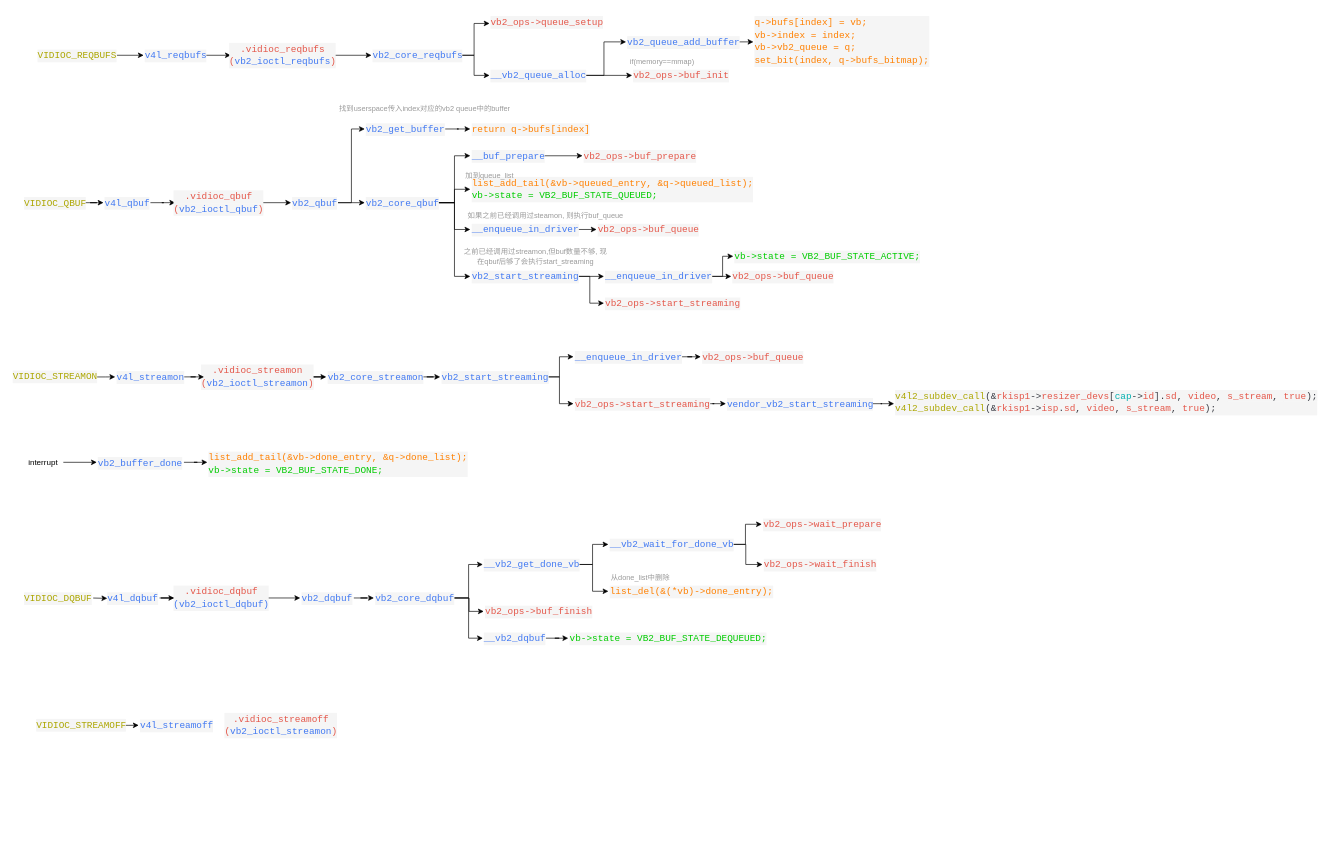
This is v4l2/ioctl_flow.drawio from YC-Xiang/draw.io, a draw.io file, before an edit. Source tidied: cells renumbered, new cells numbered last; positions are measured from the earlier drawing's top-left corner, leaving out a move shared by most shapes. Both pictures are drawn from the tidied source at 67%, with x=0, y=0 at pixel (11, 11).
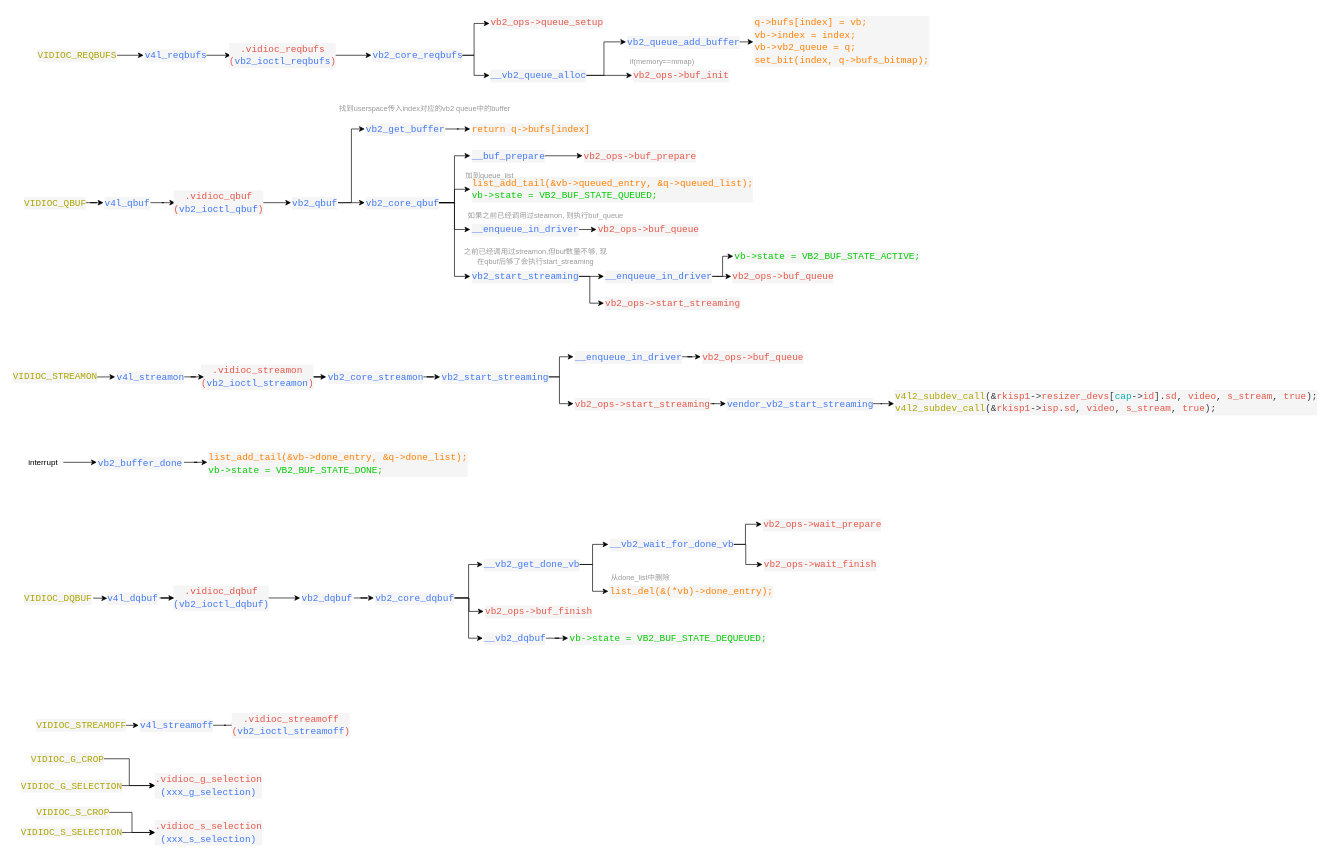
After the change.

The change refers to these unchanged cells:
```xml
<mxCell id="86" value="&lt;div style=&quot;color: #383a42;background-color: #f5f5f5;font-family: Consolas, 'Courier New', monospace;font-weight: normal;font-size: 14px;line-height: 19px;white-space: pre;&quot;&gt;&lt;div&gt;&lt;span style=&quot;color: #4078f2;&quot;&gt;v4l_streamoff&lt;/span&gt;&lt;/div&gt;&lt;/div&gt;" style="text;whiteSpace=wrap;html=1;" parent="1" vertex="1">
  <mxGeometry x="190.5" y="1050" width="110" height="30" as="geometry" />
</mxCell>
```

Change to the diagram source:
```diff
@@
+    <mxCell id="111" style="edgeStyle=orthogonalEdgeStyle;rounded=0;jettySize=auto;html=1;" parent="1" edge="1" source="86" target="87">
+      <mxGeometry relative="1" as="geometry" />
+    </mxCell>
@@
-    <mxCell id="87" value="&lt;div style=&quot;color: rgb(56, 58, 66); background-color: rgb(245, 245, 245); font-family: Consolas, &amp;quot;Courier New&amp;quot;, monospace; font-weight: normal; font-size: 14px; line-height: 19px; white-space: pre;&quot;&gt;&lt;div&gt;&lt;div style=&quot;line-height: 19px;&quot;&gt;&lt;span style=&quot;color: #e45649;&quot;&gt;.vidioc_streamoff&lt;/span&gt;&lt;/div&gt;&lt;/div&gt;&lt;div&gt;&lt;span style=&quot;color: rgb(228, 86, 73);&quot;&gt;(&lt;/span&gt;&lt;span style=&quot;color: rgb(64, 120, 242); background-color: light-dark(rgb(245, 245, 245), rgb(26, 26, 26));&quot;&gt;vb2_ioctl_streamon&lt;/span&gt;&lt;span style=&quot;color: light-dark(rgb(228, 86, 73), rgb(235, 113, 102)); background-color: light-dark(rgb(245, 245, 245), rgb(26, 26, 26));&quot;&gt;)&lt;/span&gt;&lt;/div&gt;&lt;/div&gt;" style="text;whiteSpace=wrap;html=1;align=center;" parent="1" vertex="1">
-      <mxGeometry x="323" y="1040" width="160" height="50" as="geometry" />
+    <mxCell id="87" value="&lt;div style=&quot;color: rgb(56, 58, 66); background-color: rgb(245, 245, 245); font-family: Consolas, &amp;quot;Courier New&amp;quot;, monospace; font-weight: normal; font-size: 14px; line-height: 19px; white-space: pre;&quot;&gt;&lt;div&gt;&lt;div style=&quot;line-height: 19px;&quot;&gt;&lt;span style=&quot;color: rgb(228, 86, 73);&quot;&gt;.vidioc_streamoff&lt;/span&gt;&lt;/div&gt;&lt;/div&gt;&lt;div&gt;&lt;span style=&quot;color: rgb(228, 86, 73);&quot;&gt;(&lt;/span&gt;&lt;span style=&quot;color: rgb(64, 120, 242); background-color: light-dark(rgb(245, 245, 245), rgb(26, 26, 26));&quot;&gt;vb2_ioctl_streamoff&lt;/span&gt;&lt;span style=&quot;color: light-dark(rgb(228, 86, 73), rgb(235, 113, 102)); background-color: light-dark(rgb(245, 245, 245), rgb(26, 26, 26));&quot;&gt;)&lt;/span&gt;&lt;/div&gt;&lt;/div&gt;" style="text;whiteSpace=wrap;html=1;align=center;" parent="1" vertex="1">
+      <mxGeometry x="338" y="1040" width="160" height="50" as="geometry" />
     </mxCell>
@@
+    <mxCell id="112" style="edgeStyle=orthogonalEdgeStyle;rounded=0;jettySize=auto;html=1;" parent="1" edge="1" source="113" target="114">
+      <mxGeometry relative="1" as="geometry" />
+    </mxCell>
+    <mxCell id="113" value="&lt;div style=&quot;color: #383a42;background-color: #f5f5f5;font-family: Consolas, 'Courier New', monospace;font-weight: normal;font-size: 14px;line-height: 19px;white-space: pre;&quot;&gt;&lt;div&gt;&lt;span style=&quot;color: #aca600;&quot;&gt;VIDIOC_G_SELECTION&lt;/span&gt;&lt;/div&gt;&lt;/div&gt;" style="text;whiteSpace=wrap;html=1;" parent="1" vertex="1">
+      <mxGeometry x="13" y="1140" width="145" height="30" as="geometry" />
+    </mxCell>
+    <mxCell id="114" value="&lt;div style=&quot;color: rgb(56, 58, 66); background-color: rgb(245, 245, 245); font-family: Consolas, &amp;quot;Courier New&amp;quot;, monospace; font-weight: normal; font-size: 14px; line-height: 19px; white-space: pre;&quot;&gt;&lt;div&gt;&lt;span style=&quot;color: rgb(64, 120, 242);&quot;&gt;&lt;div style=&quot;color: rgb(56, 58, 66); line-height: 19px;&quot;&gt;&lt;span style=&quot;color: rgb(228, 86, 73);&quot;&gt;.&lt;/span&gt;&lt;span style=&quot;color: rgb(228, 86, 73); background-color: light-dark(rgb(245, 245, 245), rgb(26, 26, 26));&quot;&gt;vidioc_g_selection&lt;/span&gt;&lt;/div&gt;&lt;/span&gt;&lt;/div&gt;&lt;div&gt;&lt;span style=&quot;color: rgb(64, 120, 242);&quot;&gt;(&lt;span style=&quot;text-align: left;&quot;&gt;xxx_g_selection&lt;/span&gt;)&lt;/span&gt;&lt;/div&gt;&lt;/div&gt;" style="text;whiteSpace=wrap;html=1;align=center;" parent="1" vertex="1">
+      <mxGeometry x="215" y="1130" width="160" height="50" as="geometry" />
+    </mxCell>
+    <mxCell id="115" style="edgeStyle=orthogonalEdgeStyle;rounded=0;jettySize=auto;html=1;" parent="1" edge="1" source="116" target="117">
+      <mxGeometry relative="1" as="geometry" />
+    </mxCell>
+    <mxCell id="116" value="&lt;span style=&quot;color: rgb(172, 166, 0); font-family: Consolas, &amp;quot;Courier New&amp;quot;, monospace; font-size: 14px; font-style: normal; font-variant-ligatures: normal; font-variant-caps: normal; font-weight: 400; letter-spacing: normal; orphans: 2; text-align: left; text-indent: 0px; text-transform: none; widows: 2; word-spacing: 0px; -webkit-text-stroke-width: 0px; white-space: pre; background-color: rgb(245, 245, 245); text-decoration-thickness: initial; text-decoration-style: initial; text-decoration-color: initial; float: none; display: inline !important;&quot;&gt;VIDIOC_S_SELECTION&lt;/span&gt;" style="text;whiteSpace=wrap;html=1;" parent="1" vertex="1">
+      <mxGeometry x="13" y="1210" width="145" height="30" as="geometry" />
+    </mxCell>
+    <mxCell id="117" value="&lt;div style=&quot;color: rgb(56, 58, 66); background-color: rgb(245, 245, 245); font-family: Consolas, &amp;quot;Courier New&amp;quot;, monospace; font-weight: normal; font-size: 14px; line-height: 19px; white-space: pre;&quot;&gt;&lt;div&gt;&lt;span style=&quot;color: rgb(64, 120, 242);&quot;&gt;&lt;div style=&quot;color: rgb(56, 58, 66); line-height: 19px;&quot;&gt;&lt;span style=&quot;color: rgb(228, 86, 73);&quot;&gt;.&lt;/span&gt;&lt;span style=&quot;color: rgb(228, 86, 73); background-color: light-dark(rgb(245, 245, 245), rgb(26, 26, 26));&quot;&gt;vidioc_s_selection&lt;/span&gt;&lt;/div&gt;&lt;/span&gt;&lt;/div&gt;&lt;div&gt;&lt;span style=&quot;color: rgb(64, 120, 242);&quot;&gt;(xxx&lt;span style=&quot;background-color: light-dark(rgb(245, 245, 245), rgb(26, 26, 26));&quot;&gt;_s_selection&lt;/span&gt;&lt;/span&gt;&lt;span style=&quot;color: light-dark(rgb(64, 120, 242), rgb(91, 139, 244)); background-color: light-dark(rgb(245, 245, 245), rgb(26, 26, 26));&quot;&gt;)&lt;/span&gt;&lt;/div&gt;&lt;/div&gt;" style="text;whiteSpace=wrap;html=1;align=center;" parent="1" vertex="1">
+      <mxGeometry x="215" y="1200" width="160" height="50" as="geometry" />
+    </mxCell>
+    <mxCell id="118" style="edgeStyle=orthogonalEdgeStyle;rounded=0;jettySize=auto;html=1;exitX=1;exitY=0.5;exitDx=0;exitDy=0;entryX=0;entryY=0.5;entryDx=0;entryDy=0;" parent="1" edge="1" source="119" target="114">
+      <mxGeometry relative="1" as="geometry" />
+    </mxCell>
+    <mxCell id="119" value="&lt;div style=&quot;color: rgb(56, 58, 66); background-color: rgb(245, 245, 245); font-family: Consolas, &amp;quot;Courier New&amp;quot;, monospace; font-weight: normal; font-size: 14px; line-height: 19px; white-space: pre;&quot;&gt;&lt;div&gt;&lt;span style=&quot;color: rgb(172, 166, 0);&quot;&gt;VIDIOC_G_CROP&lt;/span&gt;&lt;/div&gt;&lt;/div&gt;" style="text;whiteSpace=wrap;html=1;" parent="1" vertex="1">
+      <mxGeometry x="28" y="1100" width="110" height="30" as="geometry" />
+    </mxCell>
+    <mxCell id="120" style="edgeStyle=orthogonalEdgeStyle;rounded=0;jettySize=auto;html=1;exitX=1;exitY=0.5;exitDx=0;exitDy=0;entryX=0;entryY=0.5;entryDx=0;entryDy=0;" parent="1" edge="1" source="121" target="117">
+      <mxGeometry relative="1" as="geometry" />
+    </mxCell>
+    <mxCell id="121" value="&lt;div style=&quot;color: rgb(56, 58, 66); background-color: rgb(245, 245, 245); font-family: Consolas, &amp;quot;Courier New&amp;quot;, monospace; font-weight: normal; font-size: 14px; line-height: 19px; white-space: pre;&quot;&gt;&lt;div&gt;&lt;span style=&quot;color: rgb(172, 166, 0);&quot;&gt;VIDIOC_S_CROP&lt;/span&gt;&lt;/div&gt;&lt;/div&gt;" style="text;whiteSpace=wrap;html=1;" parent="1" vertex="1">
+      <mxGeometry x="36" y="1180" width="110" height="30" as="geometry" />
+    </mxCell>
```
